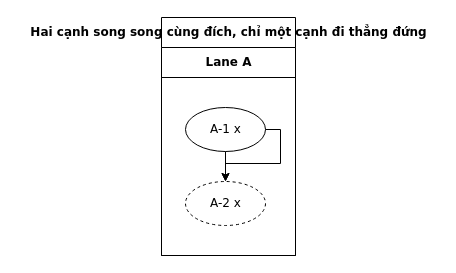
luytbq/flowcast keeps this draw.io diagram as conformance/golden/cases/60-route-a-parallel-edges.drawio. Above is the earlier version. Source tidied: cells renumbered, new cells numbered last; positions are measured from the earlier drawing's top-left corner, leaving out a move shared by most shapes. Both pictures are drawn from the tidied source at 100%, with x=0, y=0 at pixel (161, 17).
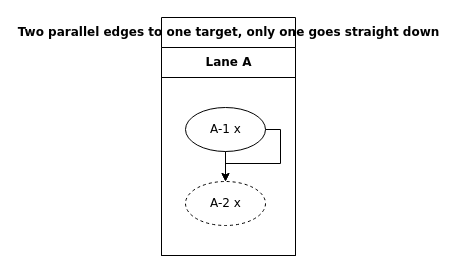
The same diagram, later.

What changed in the source:
```diff
@@
 <mxGraphModel>
   <root>
     <mxCell id="0" />
     <mxCell id="1" parent="0" />
-    <mxCell id="2" value="Hai cạnh song song cùng đích, chỉ một cạnh đi thẳng đứng" style="swimlane;html=1;startSize=30;fontStyle=1;fontFamily=Verdana;fontSize=12;flowtable=1;" parent="1" vertex="1">
+    <mxCell id="2" value="Two parallel edges to one target, only one goes straight down" style="swimlane;html=1;startSize=30;fontStyle=1;fontFamily=Verdana;fontSize=12;flowtable=1;" parent="1" vertex="1">
       <mxGeometry width="134" height="238" as="geometry" />
     </mxCell>
     <mxCell id="3" value="Lane A" style="swimlane;html=1;startSize=30;fontFamily=Verdana;fontSize=12;flowtable=1;" parent="2" vertex="1">
       <mxGeometry y="30" width="134" height="208" as="geometry" />
     </mxCell>
     <mxCell id="4" value="A-1 x" style="ellipse;html=1;fontFamily=Verdana;fontSize=12;flowtable=1;" parent="3" vertex="1">
       <mxGeometry x="24" y="60" width="80" height="44" as="geometry" />
     </mxCell>
     <mxCell id="5" value="A-2 x" style="ellipse;html=1;dashed=1;fontFamily=Verdana;fontSize=12;flowtable=1;" parent="3" vertex="1">
       <mxGeometry x="24" y="134" width="80" height="44" as="geometry" />
     </mxCell>
     <mxCell id="6" style="edgeStyle=orthogonalEdgeStyle;rounded=0;jettySize=auto;html=1;labelBackgroundColor=default;exitX=0.5;exitY=1;exitDx=0;exitDy=0;entryX=0.5;entryY=0;entryDx=0;entryDy=0;fontFamily=Verdana;fontSize=12;flowtable=1;" parent="2" edge="1" source="4" target="5">
       <mxGeometry relative="1" as="geometry" />
     </mxCell>
     <mxCell id="7" style="edgeStyle=orthogonalEdgeStyle;rounded=0;jettySize=auto;html=1;labelBackgroundColor=default;exitX=1;exitY=0.5;exitDx=0;exitDy=0;entryX=0.5;entryY=0;entryDx=0;entryDy=0;fontFamily=Verdana;fontSize=12;flowtable=1;" parent="2" edge="1" source="4" target="5">
       <mxGeometry relative="1" as="geometry">
         <Array as="points">
           <mxPoint x="119" y="112" />
           <mxPoint x="119" y="146" />
           <mxPoint x="64" y="146" />
         </Array>
       </mxGeometry>
     </mxCell>
   </root>
 </mxGraphModel>
```
